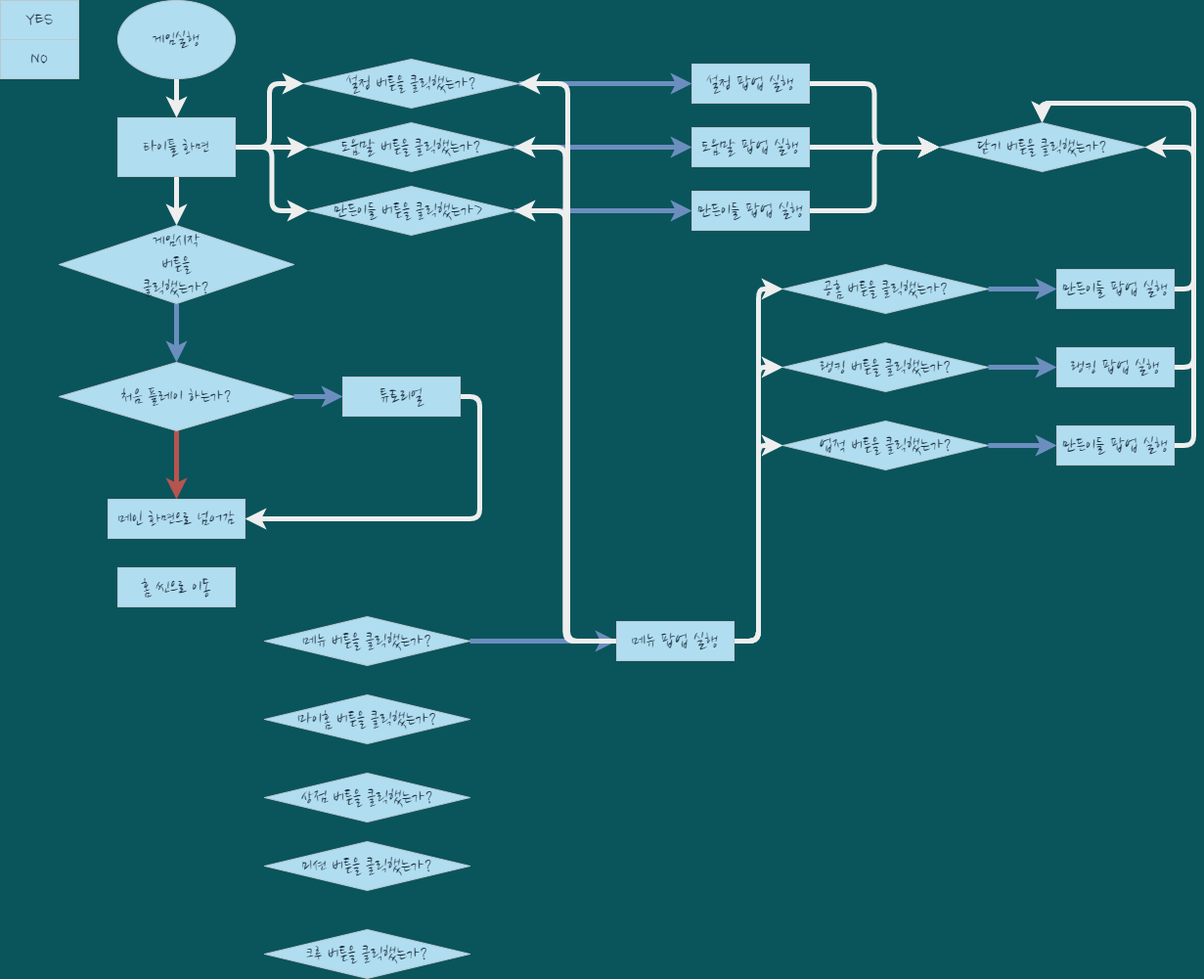
The draw.io diagram gameplay_flowchat.drawio.png in kinesis19/stac_project_SME, before a commit. Source tidied: cells renumbered, new cells last; positions are measured from the earlier drawing's top-left corner, leaving out a move shared by most shapes.
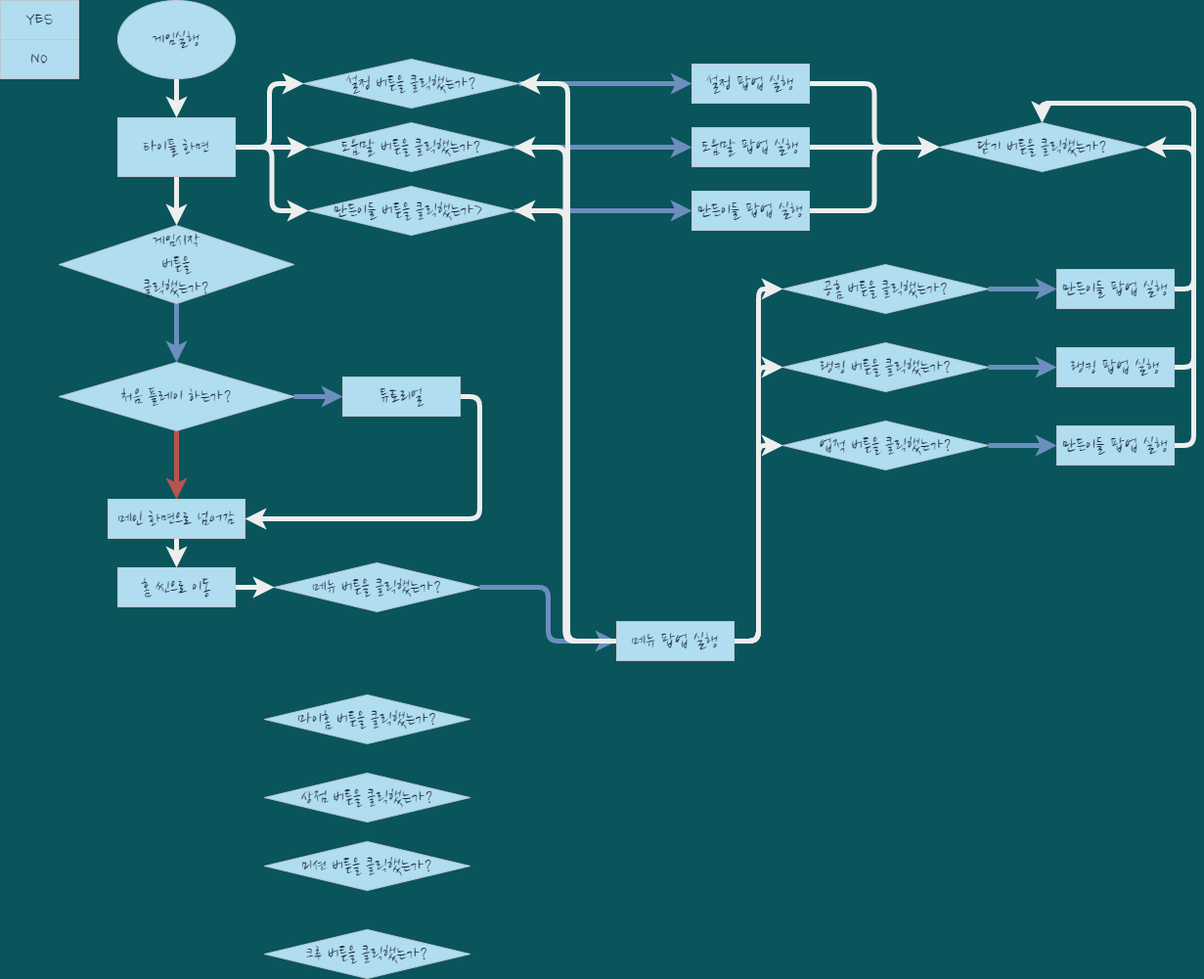
After the change.

Diff of the diagram source:
```diff
@@ -88,6 +88,9 @@
     <mxCell id="29" value="튜토리얼" style="rounded=0;whiteSpace=wrap;html=1;sketch=0;fontFamily=Nanum Brush Script;fontSource=https%3A%2F%2Ffonts.googleapis.com%2Fcss%3Ffamily%3DNanum%2BBrush%2BScript;fontSize=20;fillColor=#B1DDF0;strokeColor=#BAC8D3;fontColor=#182E3E;" parent="1" vertex="1">
       <mxGeometry x="350" y="385" width="120" height="40" as="geometry" />
     </mxCell>
+    <mxCell id="58" style="edgeStyle=orthogonalEdgeStyle;curved=0;rounded=1;sketch=0;jettySize=auto;html=1;exitX=0.5;exitY=1;exitDx=0;exitDy=0;entryX=0.5;entryY=0;entryDx=0;entryDy=0;fontColor=#FFFFFF;strokeColor=#EEEEEE;strokeWidth=5;" parent="1" edge="1" source="30" target="57">
+      <mxGeometry relative="1" as="geometry" />
+    </mxCell>
     <mxCell id="30" value="메인 화면으로 넘어감" style="rounded=0;whiteSpace=wrap;html=1;sketch=0;fontFamily=Nanum Brush Script;fontSource=https%3A%2F%2Ffonts.googleapis.com%2Fcss%3Ffamily%3DNanum%2BBrush%2BScript;fontSize=20;fillColor=#B1DDF0;strokeColor=#BAC8D3;fontColor=#182E3E;" parent="1" vertex="1">
       <mxGeometry x="110" y="510" width="140" height="40" as="geometry" />
     </mxCell>
@@ -95,7 +98,7 @@
       <mxGeometry relative="1" as="geometry" />
     </mxCell>
     <mxCell id="32" value="메뉴 버튼을 클릭했는가?" style="rhombus;whiteSpace=wrap;html=1;rounded=0;sketch=0;fontFamily=Nanum Brush Script;fontSource=https%3A%2F%2Ffonts.googleapis.com%2Fcss%3Ffamily%3DNanum%2BBrush%2BScript;fontSize=20;fillColor=#B1DDF0;strokeColor=#BAC8D3;fontColor=#182E3E;" parent="1" vertex="1">
-      <mxGeometry x="270" y="630" width="210" height="50" as="geometry" />
+      <mxGeometry x="280" y="575" width="210" height="50" as="geometry" />
     </mxCell>
     <mxCell id="33" style="edgeStyle=orthogonalEdgeStyle;curved=0;rounded=1;sketch=0;jettySize=auto;html=1;entryX=1;entryY=0.5;entryDx=0;entryDy=0;fontColor=#FFFFFF;strokeColor=#EEEEEE;strokeWidth=5;" parent="1" edge="1" source="39" target="14">
       <mxGeometry relative="1" as="geometry" />
@@ -173,6 +176,9 @@
     <mxCell id="56" value="크루 버튼을 클릭했는가?" style="rhombus;whiteSpace=wrap;html=1;rounded=0;sketch=0;fontFamily=Nanum Brush Script;fontSource=https%3A%2F%2Ffonts.googleapis.com%2Fcss%3Ffamily%3DNanum%2BBrush%2BScript;fontSize=20;fillColor=#B1DDF0;strokeColor=#BAC8D3;fontColor=#182E3E;" parent="1" vertex="1">
       <mxGeometry x="270" y="950" width="210" height="50" as="geometry" />
     </mxCell>
+    <mxCell id="59" style="edgeStyle=orthogonalEdgeStyle;curved=0;rounded=1;sketch=0;jettySize=auto;html=1;entryX=0;entryY=0.5;entryDx=0;entryDy=0;fontColor=#FFFFFF;strokeColor=#EEEEEE;strokeWidth=5;" parent="1" edge="1" source="57" target="32">
+      <mxGeometry relative="1" as="geometry" />
+    </mxCell>
     <mxCell id="57" value="홈 씬으로 이동" style="rounded=0;whiteSpace=wrap;html=1;sketch=0;fontFamily=Nanum Brush Script;fontSource=https%3A%2F%2Ffonts.googleapis.com%2Fcss%3Ffamily%3DNanum%2BBrush%2BScript;fontSize=20;fillColor=#B1DDF0;strokeColor=#BAC8D3;fontColor=#182E3E;" parent="1" vertex="1">
       <mxGeometry x="120" y="580" width="120" height="40" as="geometry" />
     </mxCell>
```
